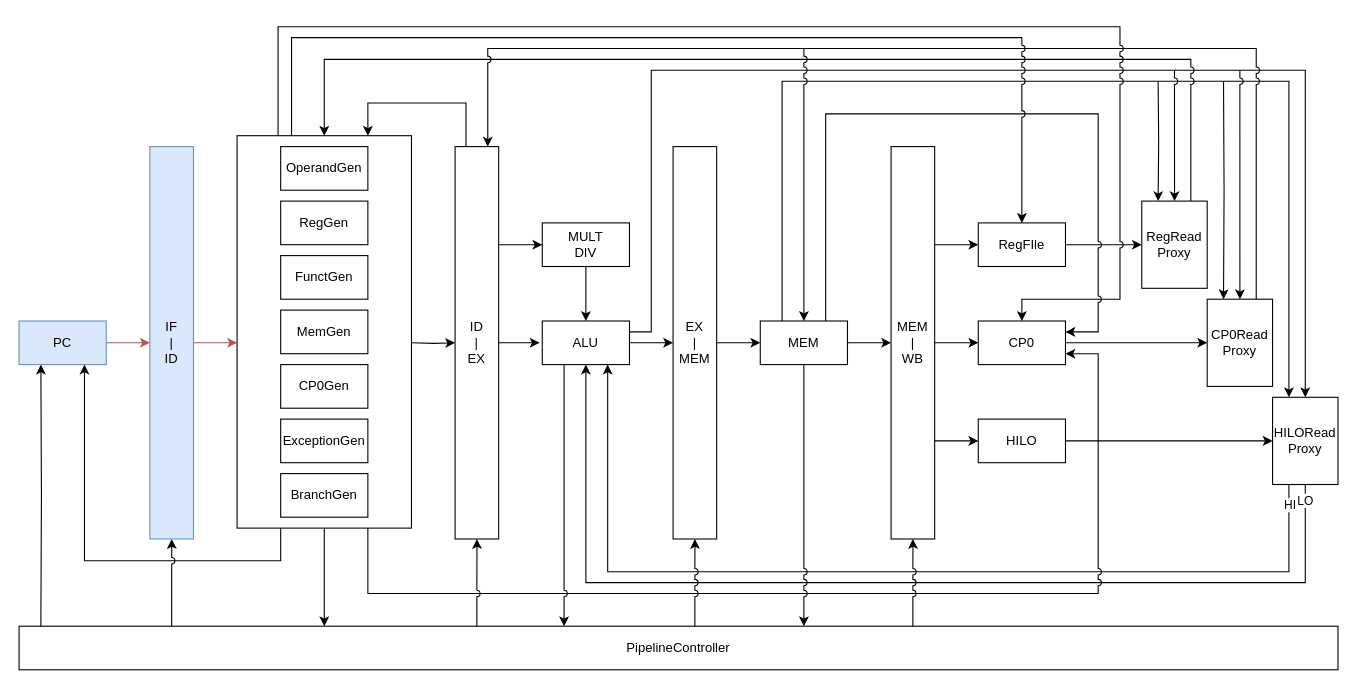
Before: CS/ExternMIPS/特权指令/MFC0.drawio in umiskky/Diagrams, a draw.io diagram. Source tidied: cells renumbered, new cells numbered last; positions are measured from the earlier drawing's top-left corner, leaving out a move shared by most shapes. Both pictures are drawn from the tidied source at 109%, with x=0, y=0 at pixel (19, 26).
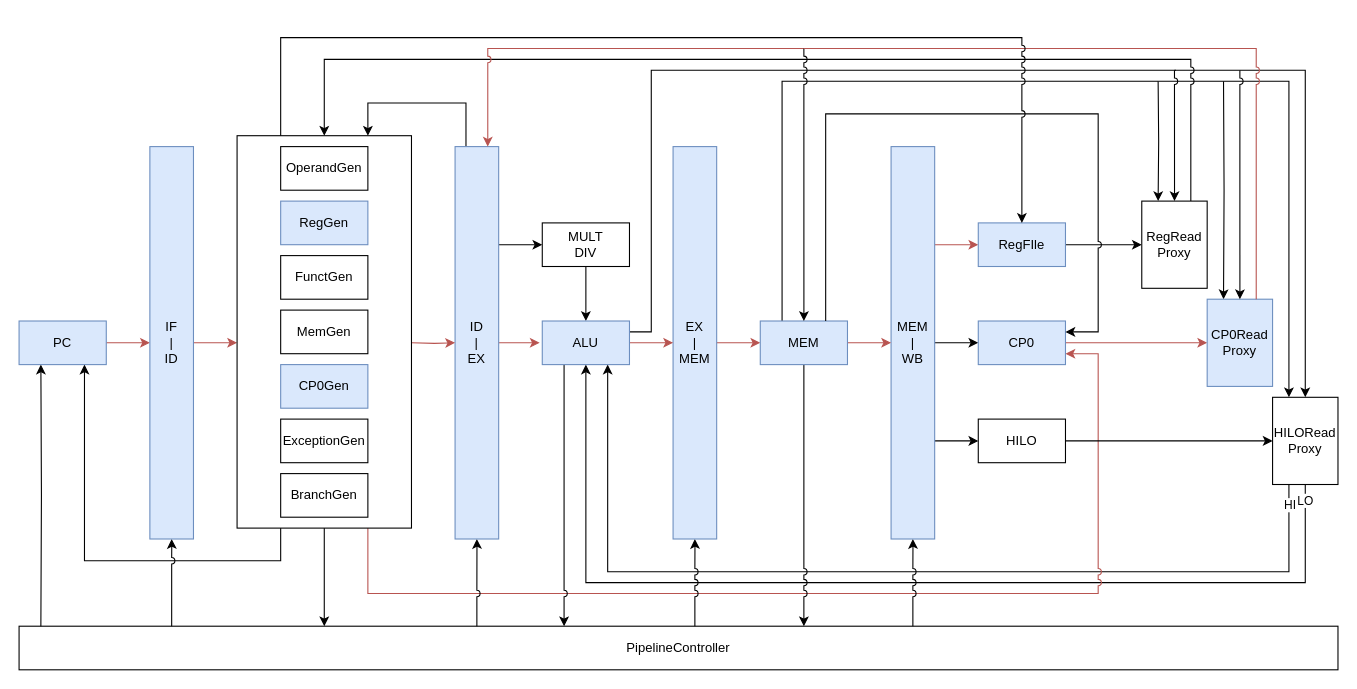
After the change.

The change refers to these unchanged cells:
```xml
<mxCell id="60" value="&lt;blockquote style=&quot;margin: 0 0 0 40px ; border: none ; padding: 0px&quot;&gt;&lt;/blockquote&gt;" style="rounded=0;whiteSpace=wrap;html=1;align=left;" parent="1" vertex="1">
  <mxGeometry x="200" y="100" width="160" height="360" as="geometry" />
</mxCell>
```

What changed in the source:
```diff
@@
-    <mxCell id="11" style="edgeStyle=orthogonalEdgeStyle;rounded=0;jettySize=auto;html=1;entryX=1;entryY=0.75;entryDx=0;entryDy=0;jumpStyle=arc;" parent="1" edge="1" source="60" target="47">
+    <mxCell id="11" style="edgeStyle=orthogonalEdgeStyle;rounded=0;jettySize=auto;html=1;entryX=1;entryY=0.75;entryDx=0;entryDy=0;jumpStyle=arc;fillColor=#f8cecc;strokeColor=#b85450;" parent="1" edge="1" source="60" target="47">
       <mxGeometry relative="1" as="geometry">
         <Array as="points">
           <mxPoint x="320" y="520" />
           <mxPoint x="990" y="520" />
           <mxPoint x="990" y="300" />
         </Array>
       </mxGeometry>
     </mxCell>
@@
-    <mxCell id="22" style="edgeStyle=orthogonalEdgeStyle;rounded=0;jettySize=auto;html=1;exitX=1;exitY=0.5;exitDx=0;exitDy=0;entryX=-0.03;entryY=0.482;entryDx=0;entryDy=0;entryPerimeter=0;" parent="1" edge="1" source="25" target="40">
+    <mxCell id="22" style="edgeStyle=orthogonalEdgeStyle;rounded=0;jettySize=auto;html=1;exitX=1;exitY=0.5;exitDx=0;exitDy=0;entryX=-0.03;entryY=0.482;entryDx=0;entryDy=0;entryPerimeter=0;fillColor=#f8cecc;strokeColor=#b85450;" parent="1" edge="1" source="25" target="40">
       <mxGeometry relative="1" as="geometry" />
     </mxCell>
@@
-    <mxCell id="25" value="ID&lt;br&gt;|&lt;br&gt;EX" style="rounded=0;whiteSpace=wrap;html=1;" parent="1" vertex="1">
+    <mxCell id="25" value="ID&lt;br&gt;|&lt;br&gt;EX" style="rounded=0;whiteSpace=wrap;html=1;fillColor=#dae8fc;strokeColor=#6c8ebf;" parent="1" vertex="1">
       <mxGeometry x="400" y="110" width="40" height="360" as="geometry" />
     </mxCell>
-    <mxCell id="26" style="edgeStyle=orthogonalEdgeStyle;rounded=0;jettySize=auto;html=1;exitX=1;exitY=0.5;exitDx=0;exitDy=0;entryX=0;entryY=0.5;entryDx=0;entryDy=0;" parent="1" edge="1" source="28" target="43">
+    <mxCell id="26" style="edgeStyle=orthogonalEdgeStyle;rounded=0;jettySize=auto;html=1;exitX=1;exitY=0.5;exitDx=0;exitDy=0;entryX=0;entryY=0.5;entryDx=0;entryDy=0;fillColor=#f8cecc;strokeColor=#b85450;" parent="1" edge="1" source="28" target="43">
       <mxGeometry relative="1" as="geometry" />
     </mxCell>
@@
-    <mxCell id="28" value="EX&lt;br&gt;|&lt;br&gt;MEM" style="rounded=0;whiteSpace=wrap;html=1;" parent="1" vertex="1">
+    <mxCell id="28" value="EX&lt;br&gt;|&lt;br&gt;MEM" style="rounded=0;whiteSpace=wrap;html=1;fillColor=#dae8fc;strokeColor=#6c8ebf;" parent="1" vertex="1">
       <mxGeometry x="600" y="110" width="40" height="360" as="geometry" />
     </mxCell>
@@
-    <mxCell id="30" style="edgeStyle=orthogonalEdgeStyle;rounded=0;jettySize=auto;html=1;exitX=1;exitY=0.25;exitDx=0;exitDy=0;entryX=0;entryY=0.5;entryDx=0;entryDy=0;" parent="1" edge="1" source="33" target="45">
+    <mxCell id="30" style="edgeStyle=orthogonalEdgeStyle;rounded=0;jettySize=auto;html=1;exitX=1;exitY=0.25;exitDx=0;exitDy=0;entryX=0;entryY=0.5;entryDx=0;entryDy=0;fillColor=#f8cecc;strokeColor=#b85450;" parent="1" edge="1" source="33" target="45">
       <mxGeometry relative="1" as="geometry" />
     </mxCell>
@@
-    <mxCell id="33" value="MEM&lt;br&gt;|&lt;br&gt;WB" style="rounded=0;whiteSpace=wrap;html=1;" parent="1" vertex="1">
+    <mxCell id="33" value="MEM&lt;br&gt;|&lt;br&gt;WB" style="rounded=0;whiteSpace=wrap;html=1;fillColor=#dae8fc;strokeColor=#6c8ebf;" parent="1" vertex="1">
       <mxGeometry x="800" y="110" width="40" height="360" as="geometry" />
     </mxCell>
-    <mxCell id="34" style="edgeStyle=orthogonalEdgeStyle;rounded=0;jettySize=auto;html=1;exitX=1;exitY=0.5;exitDx=0;exitDy=0;entryX=0;entryY=0.5;entryDx=0;entryDy=0;" parent="1" edge="1" target="25">
+    <mxCell id="34" style="edgeStyle=orthogonalEdgeStyle;rounded=0;jettySize=auto;html=1;exitX=1;exitY=0.5;exitDx=0;exitDy=0;entryX=0;entryY=0.5;entryDx=0;entryDy=0;fillColor=#f8cecc;strokeColor=#b85450;" parent="1" edge="1" target="25">
       <mxGeometry relative="1" as="geometry">
         <mxPoint x="360" y="290" as="sourcePoint" />
       </mxGeometry>
     </mxCell>
@@
-    <mxCell id="38" style="edgeStyle=orthogonalEdgeStyle;rounded=0;jettySize=auto;html=1;exitX=1;exitY=0.5;exitDx=0;exitDy=0;entryX=0;entryY=0.5;entryDx=0;entryDy=0;" parent="1" edge="1" source="40" target="28">
+    <mxCell id="38" style="edgeStyle=orthogonalEdgeStyle;rounded=0;jettySize=auto;html=1;exitX=1;exitY=0.5;exitDx=0;exitDy=0;entryX=0;entryY=0.5;entryDx=0;entryDy=0;fillColor=#f8cecc;strokeColor=#b85450;" parent="1" edge="1" source="40" target="28">
       <mxGeometry relative="1" as="geometry" />
     </mxCell>
@@
-    <mxCell id="40" value="ALU" style="rounded=0;whiteSpace=wrap;html=1;" parent="1" vertex="1">
+    <mxCell id="40" value="ALU" style="rounded=0;whiteSpace=wrap;html=1;fillColor=#dae8fc;strokeColor=#6c8ebf;" parent="1" vertex="1">
       <mxGeometry x="480" y="270" width="80" height="40" as="geometry" />
     </mxCell>
-    <mxCell id="41" style="edgeStyle=orthogonalEdgeStyle;rounded=0;jettySize=auto;html=1;exitX=1;exitY=0.5;exitDx=0;exitDy=0;entryX=0;entryY=0.5;entryDx=0;entryDy=0;" parent="1" edge="1" source="43" target="33">
+    <mxCell id="41" style="edgeStyle=orthogonalEdgeStyle;rounded=0;jettySize=auto;html=1;exitX=1;exitY=0.5;exitDx=0;exitDy=0;entryX=0;entryY=0.5;entryDx=0;entryDy=0;fillColor=#f8cecc;strokeColor=#b85450;" parent="1" edge="1" source="43" target="33">
       <mxGeometry relative="1" as="geometry" />
     </mxCell>
@@
-    <mxCell id="43" value="MEM" style="rounded=0;whiteSpace=wrap;html=1;" parent="1" vertex="1">
+    <mxCell id="43" value="MEM" style="rounded=0;whiteSpace=wrap;html=1;fillColor=#dae8fc;strokeColor=#6c8ebf;" parent="1" vertex="1">
       <mxGeometry x="680" y="270" width="80" height="40" as="geometry" />
     </mxCell>
@@
-    <mxCell id="45" value="RegFIle" style="rounded=0;whiteSpace=wrap;html=1;" parent="1" vertex="1">
+    <mxCell id="45" value="RegFIle" style="rounded=0;whiteSpace=wrap;html=1;fillColor=#dae8fc;strokeColor=#6c8ebf;" parent="1" vertex="1">
       <mxGeometry x="880" y="180" width="80" height="40" as="geometry" />
     </mxCell>
-    <mxCell id="46" style="edgeStyle=orthogonalEdgeStyle;rounded=0;jettySize=auto;html=1;exitX=1;exitY=0.5;exitDx=0;exitDy=0;entryX=0;entryY=0.5;entryDx=0;entryDy=0;" parent="1" edge="1" source="47" target="53">
+    <mxCell id="46" style="edgeStyle=orthogonalEdgeStyle;rounded=0;jettySize=auto;html=1;exitX=1;exitY=0.5;exitDx=0;exitDy=0;entryX=0;entryY=0.5;entryDx=0;entryDy=0;fillColor=#f8cecc;strokeColor=#b85450;" parent="1" edge="1" source="47" target="53">
       <mxGeometry relative="1" as="geometry" />
     </mxCell>
-    <mxCell id="47" value="CP0" style="rounded=0;whiteSpace=wrap;html=1;" parent="1" vertex="1">
+    <mxCell id="47" value="CP0" style="rounded=0;whiteSpace=wrap;html=1;fillColor=#dae8fc;strokeColor=#6c8ebf;" parent="1" vertex="1">
       <mxGeometry x="880" y="270" width="80" height="40" as="geometry" />
     </mxCell>
@@
-    <mxCell id="53" value="CP0Read&lt;br&gt;Proxy" style="rounded=0;whiteSpace=wrap;html=1;" parent="1" vertex="1">
+    <mxCell id="53" value="CP0Read&lt;br&gt;Proxy" style="rounded=0;whiteSpace=wrap;html=1;fillColor=#dae8fc;strokeColor=#6c8ebf;" parent="1" vertex="1">
       <mxGeometry x="1090" y="250" width="60" height="80" as="geometry" />
     </mxCell>
@@
-    <mxCell id="58" style="edgeStyle=orthogonalEdgeStyle;rounded=0;jettySize=auto;html=1;entryX=0.75;entryY=0;entryDx=0;entryDy=0;jumpStyle=arc;" parent="1" edge="1" target="25">
+    <mxCell id="58" style="edgeStyle=orthogonalEdgeStyle;rounded=0;jettySize=auto;html=1;entryX=0.75;entryY=0;entryDx=0;entryDy=0;jumpStyle=arc;fillColor=#f8cecc;strokeColor=#b85450;" parent="1" edge="1" target="25">
       <mxGeometry relative="1" as="geometry">
         <mxPoint x="720" y="20" as="sourcePoint" />
         <Array as="points">
           <mxPoint x="430" y="20" />
         </Array>
       </mxGeometry>
     </mxCell>
@@
-    <mxCell id="62" value="CP0Gen" style="rounded=0;whiteSpace=wrap;html=1;" parent="1" vertex="1">
+    <mxCell id="62" value="CP0Gen" style="rounded=0;whiteSpace=wrap;html=1;fillColor=#dae8fc;strokeColor=#6c8ebf;" parent="1" vertex="1">
       <mxGeometry x="240" y="310" width="80" height="40" as="geometry" />
     </mxCell>
@@
-    <mxCell id="67" value="RegGen" style="rounded=0;whiteSpace=wrap;html=1;" parent="1" vertex="1">
+    <mxCell id="67" value="RegGen" style="rounded=0;whiteSpace=wrap;html=1;fillColor=#dae8fc;strokeColor=#6c8ebf;" parent="1" vertex="1">
       <mxGeometry x="240" y="160" width="80" height="40" as="geometry" />
     </mxCell>
@@
-    <mxCell id="69" style="endArrow=none;html=1;entryX=0.75;entryY=0;entryDx=0;entryDy=0;rounded=0;jumpStyle=arc;" parent="1" edge="1" target="53">
+    <mxCell id="69" style="endArrow=none;html=1;entryX=0.75;entryY=0;entryDx=0;entryDy=0;rounded=0;jumpStyle=arc;fillColor=#f8cecc;strokeColor=#b85450;" parent="1" edge="1" target="53">
       <mxGeometry relative="1" as="geometry">
         <mxPoint x="720" y="20" as="sourcePoint" />
         <Array as="points">
           <mxPoint x="1135" y="20" />
         </Array>
       </mxGeometry>
     </mxCell>
-    <mxCell id="70" style="edgeStyle=orthogonalEdgeStyle;rounded=0;jumpStyle=arc;jettySize=auto;html=1;exitX=0.5;exitY=0;exitDx=0;exitDy=0;endFill=1;entryX=0.5;entryY=0;entryDx=0;entryDy=0;" parent="1" edge="1" target="47">
-      <mxGeometry relative="1" as="geometry">
-        <mxPoint x="237.6" y="100" as="sourcePoint" />
-        <Array as="points">
-          <mxPoint x="238" />
-          <mxPoint x="1010" />
-          <mxPoint x="1010" y="250" />
-          <mxPoint x="920" y="250" />
-        </Array>
-      </mxGeometry>
-    </mxCell>
@@
     <mxCell id="72" style="edgeStyle=orthogonalEdgeStyle;rounded=0;jumpStyle=arc;jettySize=auto;html=1;entryX=0.5;entryY=0;entryDx=0;entryDy=0;endFill=1;" parent="1" edge="1" target="45">
       <mxGeometry relative="1" as="geometry">
-        <mxPoint x="250" y="100" as="sourcePoint" />
+        <mxPoint x="240" y="100" as="sourcePoint" />
         <Array as="points">
-          <mxPoint x="250" y="100" />
-          <mxPoint x="250" y="10" />
+          <mxPoint x="240" y="100" />
+          <mxPoint x="240" y="10" />
           <mxPoint x="920" y="10" />
         </Array>
       </mxGeometry>
     </mxCell>
```
